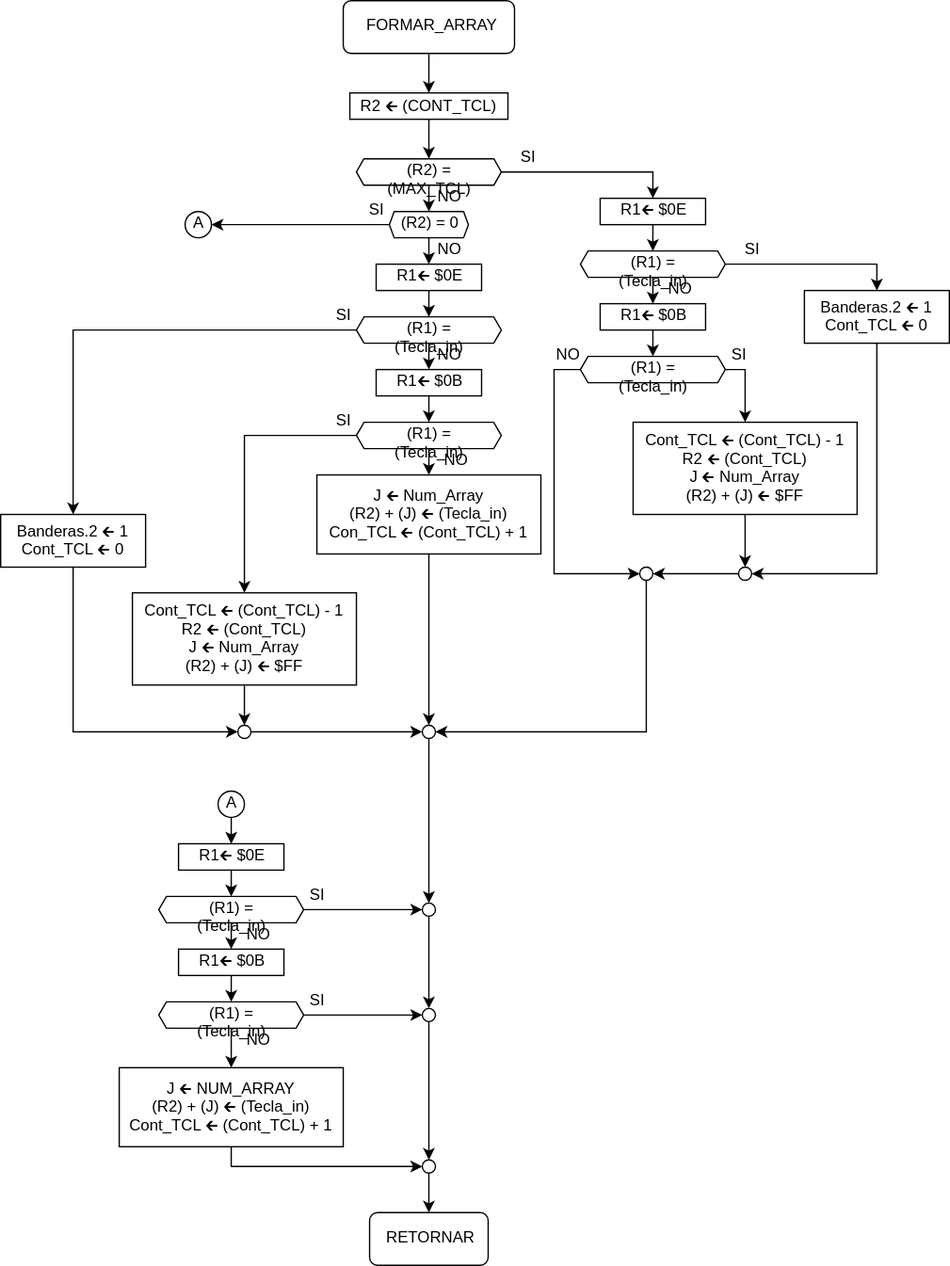
slealq/micros keeps this draw.io diagram as PROYECTO/diagrams_svg/FORMAR_ARRAY.svg. Above is the earlier version. Source tidied: cells renumbered, new cells last; positions are measured from the earlier drawing's top-left corner, leaving out a move shared by most shapes.
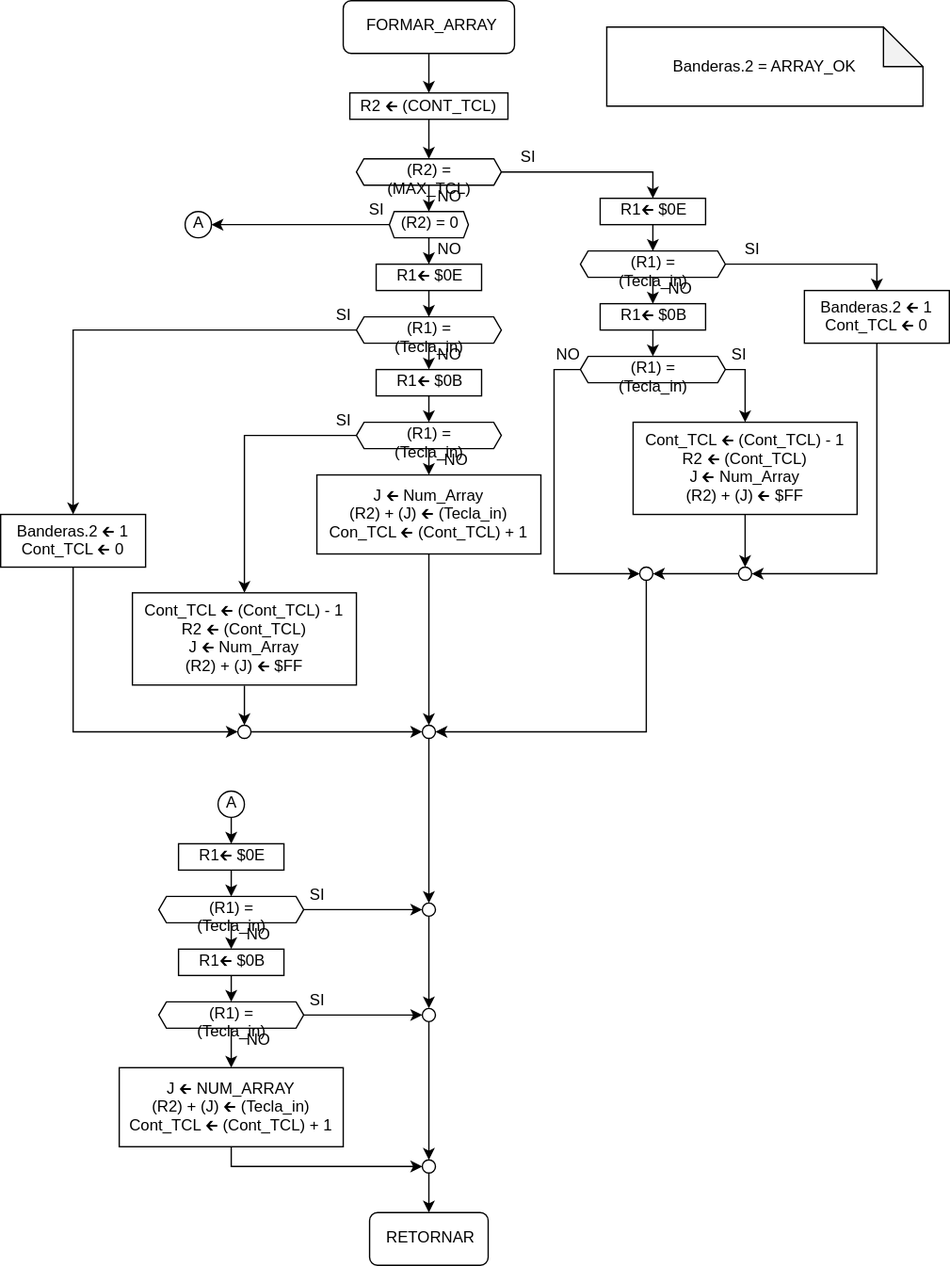
After the commit.

Diff of the diagram source:
```diff
@@ -268,5 +268,8 @@
     <mxCell id="87" value="SI" style="text;strokeColor=none;fillColor=none;align=center;verticalAlign=middle;whiteSpace=wrap;rounded=0;html=1;" parent="1" vertex="1">
       <mxGeometry x="265" y="150" width="40" height="20" as="geometry" />
     </mxCell>
+    <mxCell id="88" value="Banderas.2 = ARRAY_OK" style="shape=note;backgroundOutline=1;darkOpacity=0.05;" parent="1" vertex="1">
+      <mxGeometry x="460" y="20" width="240" height="60" as="geometry" />
+    </mxCell>
   </root>
 </mxGraphModel>
```
